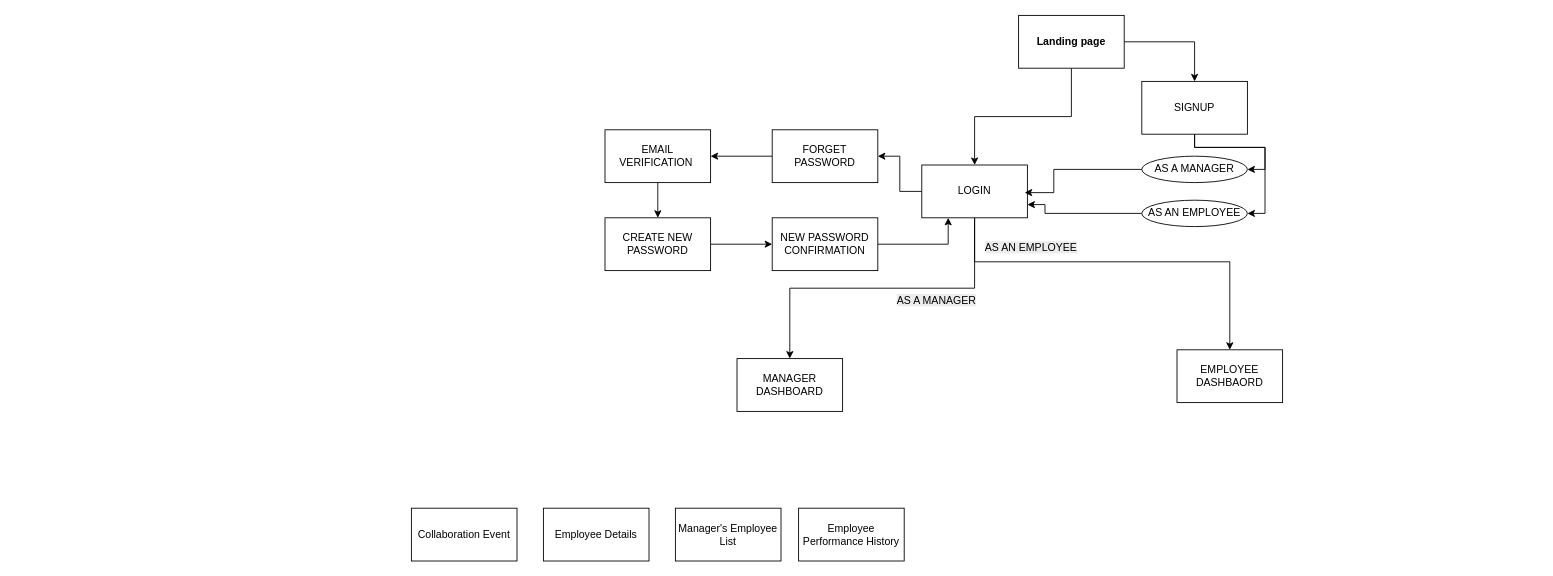
This is CSE442.drawio from sujaldeshmukh1012/DrawIO, a draw.io file, before an edit. Source tidied: cells renumbered, new cells numbered last; positions are measured from the earlier drawing's top-left corner, leaving out a move shared by most shapes. Both pictures are drawn from the tidied source at 88%, with x=0, y=0 at pixel (411, 15).
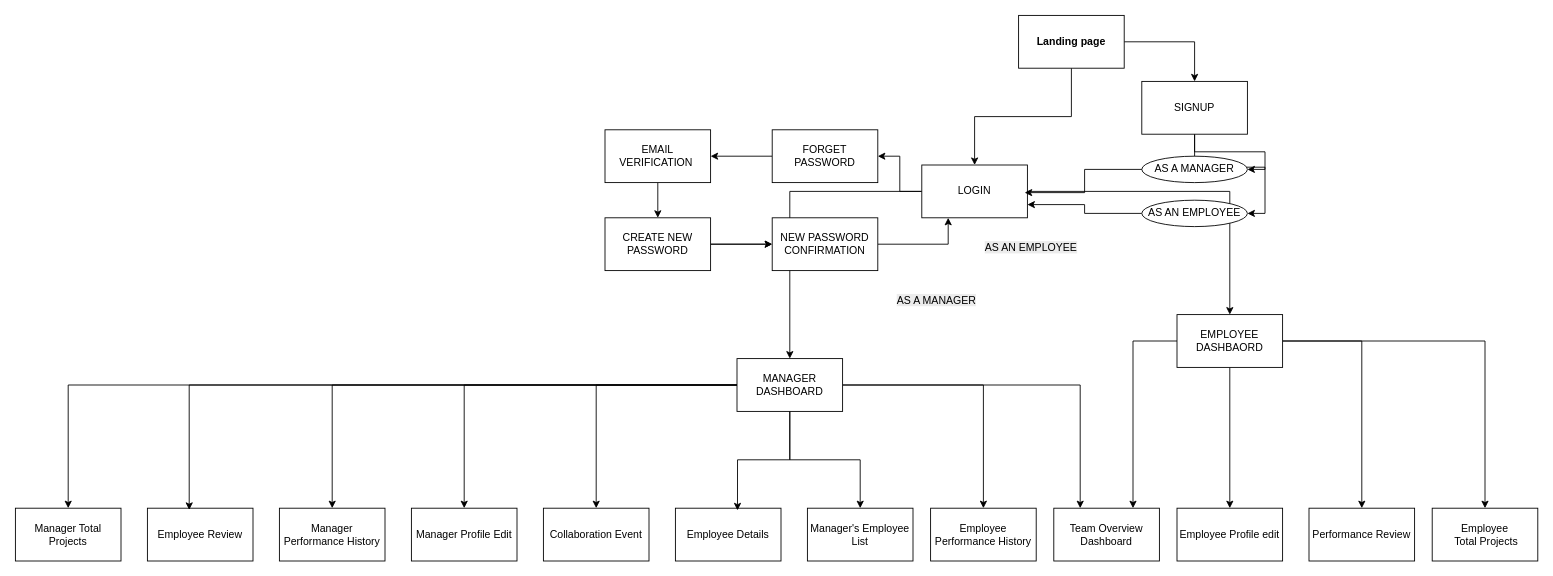
After the change.

Unchanged cells that the change refers to:
```xml
<mxCell id="4" value="Landing page" style="rounded=0;whiteSpace=wrap;html=1;fontStyle=1;" parent="1" vertex="1">
  <mxGeometry x="690" width="120" height="60" as="geometry" />
</mxCell>
<mxCell id="8" value="LOGIN" style="rounded=0;whiteSpace=wrap;html=1;" parent="1" vertex="1">
  <mxGeometry x="580" y="170" width="120" height="60" as="geometry" />
</mxCell>
<mxCell id="11" value="SIGNUP" style="rounded=0;whiteSpace=wrap;html=1;" parent="1" vertex="1">
  <mxGeometry x="830" y="75" width="120" height="60" as="geometry" />
</mxCell>
<mxCell id="13" value="FORGET PASSWORD" style="rounded=0;whiteSpace=wrap;html=1;" parent="1" vertex="1">
  <mxGeometry x="410" y="130" width="120" height="60" as="geometry" />
</mxCell>
<mxCell id="15" value="EMAIL VERIFICATION&amp;nbsp;" style="rounded=0;whiteSpace=wrap;html=1;" parent="1" vertex="1">
  <mxGeometry x="220" y="130" width="120" height="60" as="geometry" />
</mxCell>
<mxCell id="17" value="CREATE NEW PASSWORD" style="rounded=0;whiteSpace=wrap;html=1;" parent="1" vertex="1">
  <mxGeometry x="220" y="230" width="120" height="60" as="geometry" />
</mxCell>
<mxCell id="19" value="NEW PASSWORD CONFIRMATION" style="rounded=0;whiteSpace=wrap;html=1;" parent="1" vertex="1">
  <mxGeometry x="410" y="230" width="120" height="60" as="geometry" />
</mxCell>
<mxCell id="20" value="AS A MANAGER" style="ellipse;whiteSpace=wrap;html=1;" parent="1" vertex="1">
  <mxGeometry x="830" y="160" width="120" height="30" as="geometry" />
</mxCell>
<mxCell id="22" value="AS AN EMPLOYEE" style="ellipse;whiteSpace=wrap;html=1;" parent="1" vertex="1">
  <mxGeometry x="830" y="210" width="120" height="30" as="geometry" />
</mxCell>
<mxCell id="23" value="MANAGER DASHBOARD" style="rounded=0;whiteSpace=wrap;html=1;" parent="1" vertex="1">
  <mxGeometry x="370" y="390" width="120" height="60" as="geometry" />
</mxCell>
```

Change to the diagram source:
```diff
@@
-    <mxCell id="2" style="edgeStyle=orthogonalEdgeStyle;rounded=0;jettySize=auto;html=1;" parent="1" edge="1" source="4" target="8">
+    <mxCell id="2" style="edgeStyle=orthogonalEdgeStyle;rounded=0;jettySize=auto;html=1;shape=wire;dashed=1;" parent="1" edge="1" source="4" target="8">
       <mxGeometry relative="1" as="geometry" />
     </mxCell>
-    <mxCell id="3" style="edgeStyle=orthogonalEdgeStyle;rounded=0;jettySize=auto;html=1;" parent="1" edge="1" source="4" target="11">
+    <mxCell id="3" style="edgeStyle=orthogonalEdgeStyle;rounded=0;jettySize=auto;html=1;shape=wire;dashed=1;" parent="1" edge="1" source="4" target="11">
       <mxGeometry relative="1" as="geometry" />
     </mxCell>
@@
-    <mxCell id="5" style="edgeStyle=orthogonalEdgeStyle;rounded=0;jettySize=auto;html=1;" parent="1" edge="1" source="8" target="13">
+    <mxCell id="5" style="edgeStyle=orthogonalEdgeStyle;rounded=0;jettySize=auto;html=1;shape=wire;dashed=1;" parent="1" edge="1" source="8" target="13">
       <mxGeometry relative="1" as="geometry" />
     </mxCell>
-    <mxCell id="6" style="edgeStyle=orthogonalEdgeStyle;rounded=0;jettySize=auto;html=1;entryX=0.5;entryY=0;entryDx=0;entryDy=0;" parent="1" edge="1" source="8" target="23">
-      <mxGeometry relative="1" as="geometry">
-        <Array as="points">
-          <mxPoint x="640" y="310" />
-          <mxPoint x="430" y="310" />
-        </Array>
-      </mxGeometry>
+    <mxCell id="6" style="edgeStyle=orthogonalEdgeStyle;rounded=0;jettySize=auto;html=1;entryX=0.5;entryY=0;entryDx=0;entryDy=0;shape=wire;dashed=1;" parent="1" edge="1" source="8" target="23">
+      <mxGeometry relative="1" as="geometry" />
     </mxCell>
-    <mxCell id="7" style="edgeStyle=orthogonalEdgeStyle;rounded=0;jettySize=auto;html=1;entryX=0.5;entryY=0;entryDx=0;entryDy=0;" parent="1" edge="1" source="8" target="24">
-      <mxGeometry relative="1" as="geometry">
-        <Array as="points">
-          <mxPoint x="640" y="280" />
-          <mxPoint x="930" y="280" />
-        </Array>
-      </mxGeometry>
+    <mxCell id="7" style="edgeStyle=orthogonalEdgeStyle;rounded=0;jettySize=auto;html=1;entryX=0.5;entryY=0;entryDx=0;entryDy=0;shape=wire;dashed=1;" parent="1" edge="1" source="8" target="24">
+      <mxGeometry relative="1" as="geometry" />
     </mxCell>
@@
-    <mxCell id="9" style="edgeStyle=orthogonalEdgeStyle;rounded=0;jettySize=auto;html=1;entryX=1;entryY=0.5;entryDx=0;entryDy=0;" parent="1" edge="1" source="11" target="20">
-      <mxGeometry relative="1" as="geometry">
-        <Array as="points">
-          <mxPoint x="890" y="150" />
-          <mxPoint x="970" y="150" />
-          <mxPoint x="970" y="175" />
-        </Array>
-      </mxGeometry>
+    <mxCell id="9" style="edgeStyle=orthogonalEdgeStyle;rounded=0;jettySize=auto;html=1;entryX=1;entryY=0.5;entryDx=0;entryDy=0;shape=wire;dashed=1;" parent="1" edge="1" source="11" target="20">
+      <mxGeometry relative="1" as="geometry" />
     </mxCell>
-    <mxCell id="10" style="edgeStyle=orthogonalEdgeStyle;rounded=0;jettySize=auto;html=1;entryX=1;entryY=0.5;entryDx=0;entryDy=0;" parent="1" edge="1" source="11" target="22">
-      <mxGeometry relative="1" as="geometry">
-        <Array as="points">
-          <mxPoint x="890" y="150" />
-          <mxPoint x="970" y="150" />
-          <mxPoint x="970" y="225" />
-        </Array>
-      </mxGeometry>
+    <mxCell id="10" style="edgeStyle=orthogonalEdgeStyle;rounded=0;jettySize=auto;html=1;entryX=1;entryY=0.5;entryDx=0;entryDy=0;shape=wire;dashed=1;" parent="1" edge="1" source="11" target="22">
+      <mxGeometry relative="1" as="geometry" />
     </mxCell>
@@
-    <mxCell id="12" style="edgeStyle=orthogonalEdgeStyle;rounded=0;jettySize=auto;html=1;entryX=1;entryY=0.5;entryDx=0;entryDy=0;" parent="1" edge="1" source="13" target="15">
+    <mxCell id="12" style="edgeStyle=orthogonalEdgeStyle;rounded=0;jettySize=auto;html=1;entryX=1;entryY=0.5;entryDx=0;entryDy=0;shape=wire;dashed=1;" parent="1" edge="1" source="13" target="15">
       <mxGeometry relative="1" as="geometry" />
     </mxCell>
@@
-    <mxCell id="14" style="edgeStyle=orthogonalEdgeStyle;rounded=0;jettySize=auto;html=1;entryX=0.5;entryY=0;entryDx=0;entryDy=0;" parent="1" edge="1" source="15" target="17">
+    <mxCell id="14" style="edgeStyle=orthogonalEdgeStyle;rounded=0;jettySize=auto;html=1;entryX=0.5;entryY=0;entryDx=0;entryDy=0;shape=wire;dashed=1;" parent="1" edge="1" source="15" target="17">
       <mxGeometry relative="1" as="geometry" />
     </mxCell>
@@
-    <mxCell id="16" style="edgeStyle=orthogonalEdgeStyle;rounded=0;jettySize=auto;html=1;" parent="1" edge="1" source="17" target="19">
+    <mxCell id="16" style="edgeStyle=orthogonalEdgeStyle;rounded=0;jettySize=auto;html=1;shape=wire;dashed=1;" parent="1" edge="1" source="17" target="19">
       <mxGeometry relative="1" as="geometry" />
     </mxCell>
+    <mxCell id="32" style="edgeStyle=orthogonalEdgeStyle;rounded=0;jettySize=auto;html=1;shape=wire;dashed=1;" parent="1" edge="1" source="17" target="19">
+      <mxGeometry relative="1" as="geometry" />
+    </mxCell>
@@
-    <mxCell id="18" style="edgeStyle=orthogonalEdgeStyle;rounded=0;jettySize=auto;html=1;entryX=0.25;entryY=1;entryDx=0;entryDy=0;" parent="1" edge="1" source="19" target="8">
+    <mxCell id="18" style="edgeStyle=orthogonalEdgeStyle;rounded=0;jettySize=auto;html=1;entryX=0.25;entryY=1;entryDx=0;entryDy=0;shape=wire;dashed=1;" parent="1" edge="1" source="19" target="8">
       <mxGeometry relative="1" as="geometry" />
     </mxCell>
@@
-    <mxCell id="21" style="edgeStyle=orthogonalEdgeStyle;rounded=0;jettySize=auto;html=1;entryX=1;entryY=0.75;entryDx=0;entryDy=0;" parent="1" edge="1" source="22" target="8">
-      <mxGeometry relative="1" as="geometry">
-        <Array as="points">
-          <mxPoint x="720" y="225" />
-          <mxPoint x="720" y="215" />
-        </Array>
-      </mxGeometry>
+    <mxCell id="21" style="edgeStyle=orthogonalEdgeStyle;rounded=0;jettySize=auto;html=1;entryX=1;entryY=0.75;entryDx=0;entryDy=0;shape=wire;dashed=1;" parent="1" edge="1" source="22" target="8">
+      <mxGeometry relative="1" as="geometry" />
     </mxCell>
@@
+    <mxCell id="33" style="edgeStyle=orthogonalEdgeStyle;rounded=0;jettySize=auto;html=1;shape=wire;dashed=1;" parent="1" edge="1" source="23" target="43">
+      <mxGeometry relative="1" as="geometry" />
+    </mxCell>
+    <mxCell id="34" style="edgeStyle=orthogonalEdgeStyle;rounded=0;jettySize=auto;html=1;shape=wire;dashed=1;" parent="1" edge="1" source="23" target="28">
+      <mxGeometry relative="1" as="geometry" />
+    </mxCell>
+    <mxCell id="35" style="edgeStyle=orthogonalEdgeStyle;rounded=0;jettySize=auto;html=1;shape=wire;dashed=1;" parent="1" edge="1" source="23" target="30">
+      <mxGeometry relative="1" as="geometry" />
+    </mxCell>
+    <mxCell id="36" style="edgeStyle=orthogonalEdgeStyle;rounded=0;jettySize=auto;html=1;entryX=0.5;entryY=0;entryDx=0;entryDy=0;shape=wire;dashed=1;" parent="1" edge="1" source="23" target="31">
+      <mxGeometry relative="1" as="geometry" />
+    </mxCell>
+    <mxCell id="37" style="edgeStyle=orthogonalEdgeStyle;rounded=0;jettySize=auto;html=1;entryX=0.25;entryY=0;entryDx=0;entryDy=0;" parent="1" edge="1" source="23" target="46">
+      <mxGeometry relative="1" as="geometry" />
+    </mxCell>
+    <mxCell id="38" style="edgeStyle=orthogonalEdgeStyle;rounded=0;jettySize=auto;html=1;entryX=0.5;entryY=0;entryDx=0;entryDy=0;" parent="1" edge="1" source="23" target="52">
+      <mxGeometry relative="1" as="geometry" />
+    </mxCell>
@@
+    <mxCell id="39" style="edgeStyle=orthogonalEdgeStyle;rounded=0;jettySize=auto;html=1;entryX=0.5;entryY=0;entryDx=0;entryDy=0;" parent="1" edge="1" source="24" target="47">
+      <mxGeometry relative="1" as="geometry" />
+    </mxCell>
+    <mxCell id="40" style="edgeStyle=orthogonalEdgeStyle;rounded=0;jettySize=auto;html=1;entryX=0.75;entryY=0;entryDx=0;entryDy=0;" parent="1" edge="1" source="24" target="46">
+      <mxGeometry relative="1" as="geometry" />
+    </mxCell>
+    <mxCell id="41" style="edgeStyle=orthogonalEdgeStyle;rounded=0;jettySize=auto;html=1;entryX=0.5;entryY=0;entryDx=0;entryDy=0;" parent="1" edge="1" source="24" target="45">
+      <mxGeometry relative="1" as="geometry" />
+    </mxCell>
+    <mxCell id="42" style="edgeStyle=orthogonalEdgeStyle;rounded=0;jettySize=auto;html=1;" parent="1" edge="1" source="24" target="53">
+      <mxGeometry relative="1" as="geometry" />
+    </mxCell>
     <mxCell id="24" value="EMPLOYEE DASHBAORD" style="rounded=0;whiteSpace=wrap;html=1;" parent="1" vertex="1">
-      <mxGeometry x="870" y="380" width="120" height="60" as="geometry" />
+      <mxGeometry x="870" y="340" width="120" height="60" as="geometry" />
     </mxCell>
-    <mxCell id="25" style="edgeStyle=orthogonalEdgeStyle;rounded=0;jettySize=auto;html=1;entryX=0.974;entryY=0.523;entryDx=0;entryDy=0;entryPerimeter=0;" parent="1" edge="1" source="20" target="8">
-      <mxGeometry relative="1" as="geometry">
-        <Array as="points">
-          <mxPoint x="730" y="175" />
-          <mxPoint x="730" y="201" />
-        </Array>
-      </mxGeometry>
+    <mxCell id="25" style="edgeStyle=orthogonalEdgeStyle;rounded=0;jettySize=auto;html=1;entryX=0.974;entryY=0.523;entryDx=0;entryDy=0;entryPerimeter=0;shape=wire;dashed=1;" parent="1" edge="1" source="20" target="8">
+      <mxGeometry relative="1" as="geometry" />
     </mxCell>
@@
     <mxCell id="28" value="Collaboration Event" style="rounded=0;whiteSpace=wrap;html=1;" parent="1" vertex="1">
-      <mxGeometry y="560" width="120" height="60" as="geometry" />
+      <mxGeometry x="150" y="560" width="120" height="60" as="geometry" />
     </mxCell>
     <mxCell id="29" value="Employee Details" style="rounded=0;whiteSpace=wrap;html=1;" parent="1" vertex="1">
-      <mxGeometry x="150" y="560" width="120" height="60" as="geometry" />
+      <mxGeometry x="300" y="560" width="120" height="60" as="geometry" />
     </mxCell>
     <mxCell id="30" value="Manager's Employee List" style="rounded=0;whiteSpace=wrap;html=1;" parent="1" vertex="1">
-      <mxGeometry x="300" y="560" width="120" height="60" as="geometry" />
+      <mxGeometry x="450" y="560" width="120" height="60" as="geometry" />
     </mxCell>
     <mxCell id="31" value="Employee Performance History" style="rounded=0;whiteSpace=wrap;html=1;" parent="1" vertex="1">
-      <mxGeometry x="440" y="560" width="120" height="60" as="geometry" />
+      <mxGeometry x="590" y="560" width="120" height="60" as="geometry" />
     </mxCell>
+    <mxCell id="43" value="Manager Profile Edit" style="rounded=0;whiteSpace=wrap;html=1;" parent="1" vertex="1">
+      <mxGeometry y="560" width="120" height="60" as="geometry" />
+    </mxCell>
+    <mxCell id="44" style="edgeStyle=orthogonalEdgeStyle;rounded=0;jettySize=auto;html=1;entryX=0.588;entryY=0.041;entryDx=0;entryDy=0;entryPerimeter=0;shape=wire;dashed=1;" parent="1" edge="1" source="23" target="29">
+      <mxGeometry relative="1" as="geometry" />
+    </mxCell>
+    <mxCell id="45" value="Performance Review" style="rounded=0;whiteSpace=wrap;html=1;" parent="1" vertex="1">
+      <mxGeometry x="1020" y="560" width="120" height="60" as="geometry" />
+    </mxCell>
+    <mxCell id="46" value="Team Overview Dashboard" style="rounded=0;whiteSpace=wrap;html=1;" parent="1" vertex="1">
+      <mxGeometry x="730" y="560" width="120" height="60" as="geometry" />
+    </mxCell>
+    <mxCell id="47" value="Employee Profile edit" style="rounded=0;whiteSpace=wrap;html=1;" parent="1" vertex="1">
+      <mxGeometry x="870" y="560" width="120" height="60" as="geometry" />
+    </mxCell>
+    <mxCell id="48" value="Employee Review" style="rounded=0;whiteSpace=wrap;html=1;" parent="1" vertex="1">
+      <mxGeometry x="-300" y="560" width="120" height="60" as="geometry" />
+    </mxCell>
+    <mxCell id="49" value="Manager Performance History" style="rounded=0;whiteSpace=wrap;html=1;" parent="1" vertex="1">
+      <mxGeometry x="-150" y="560" width="120" height="60" as="geometry" />
+    </mxCell>
+    <mxCell id="50" style="edgeStyle=orthogonalEdgeStyle;rounded=0;jettySize=auto;html=1;" parent="1" edge="1" source="23" target="49">
+      <mxGeometry relative="1" as="geometry" />
+    </mxCell>
+    <mxCell id="51" style="edgeStyle=orthogonalEdgeStyle;rounded=0;jettySize=auto;html=1;entryX=0.396;entryY=0.032;entryDx=0;entryDy=0;entryPerimeter=0;" parent="1" edge="1" source="23" target="48">
+      <mxGeometry relative="1" as="geometry" />
+    </mxCell>
+    <mxCell id="52" value="Manager Total Projects" style="rounded=0;whiteSpace=wrap;html=1;" parent="1" vertex="1">
+      <mxGeometry x="-450" y="560" width="120" height="60" as="geometry" />
+    </mxCell>
+    <mxCell id="53" value="Employee&lt;div&gt;&amp;nbsp;Total Projects&lt;/div&gt;" style="rounded=0;whiteSpace=wrap;html=1;" parent="1" vertex="1">
+      <mxGeometry x="1160" y="560" width="120" height="60" as="geometry" />
+    </mxCell>
```
